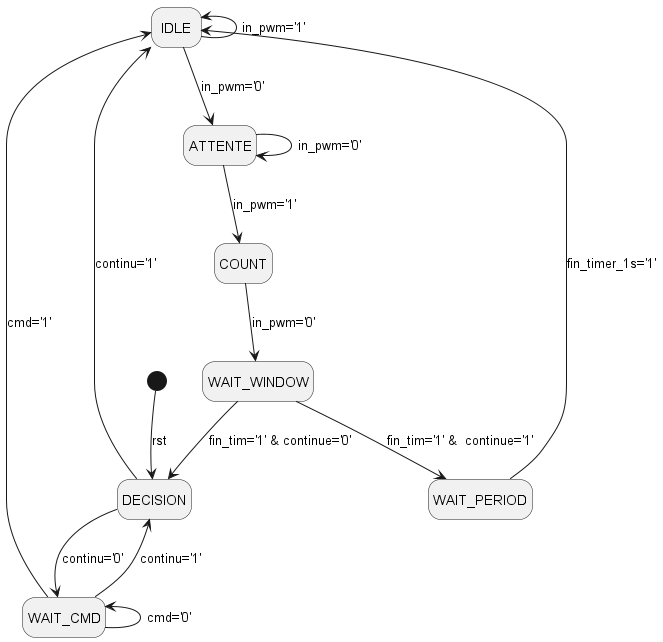
Earlier version of the PlantUML export images/pwm_statemachine.png (dibreyjonatan/FPGA-Design-and-Verification-Codes). Its diagram source:
```plantuml
@startuml

hide empty description

[*] --> DECISION : rst
DECISION --> WAIT_CMD : continu='0'
DECISION -left-> IDLE : continu='1'

WAIT_CMD --> DECISION : continu='1'
WAIT_CMD -left-> WAIT_CMD : cmd='0'
WAIT_CMD -down-> IDLE : cmd='1'

IDLE -up-> IDLE : in_pwm='1'
IDLE -down-> ATTENTE : in_pwm='0'

ATTENTE --> ATTENTE : in_pwm='0'
ATTENTE --> COUNT : in_pwm='1'

COUNT -->  WAIT_WINDOW : in_pwm='0'

WAIT_WINDOW --> DECISION :  fin_tim='1' & continue='0'
WAIT_WINDOW --> WAIT_PERIOD:  fin_tim='1' &  continue='1'

WAIT_PERIOD --> IDLE : fin_timer_1s='1'


@enduml
```
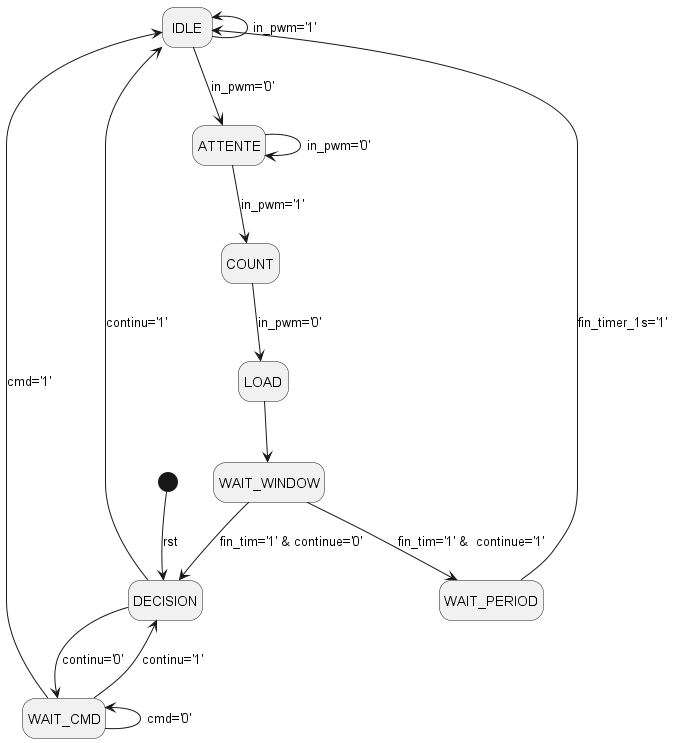
Above is the later version.

Commit message:
[DOC]: Machine à état retenu

Change to the diagram source:
```diff
@@ -16,8 +16,8 @@
 ATTENTE --> ATTENTE : in_pwm='0'
 ATTENTE --> COUNT : in_pwm='1'
 
-COUNT -->  WAIT_WINDOW : in_pwm='0'
-
+COUNT -->  LOAD: in_pwm='0'
+LOAD --> WAIT_WINDOW
 WAIT_WINDOW --> DECISION :  fin_tim='1' & continue='0'
 WAIT_WINDOW --> WAIT_PERIOD:  fin_tim='1' &  continue='1'
 
```
